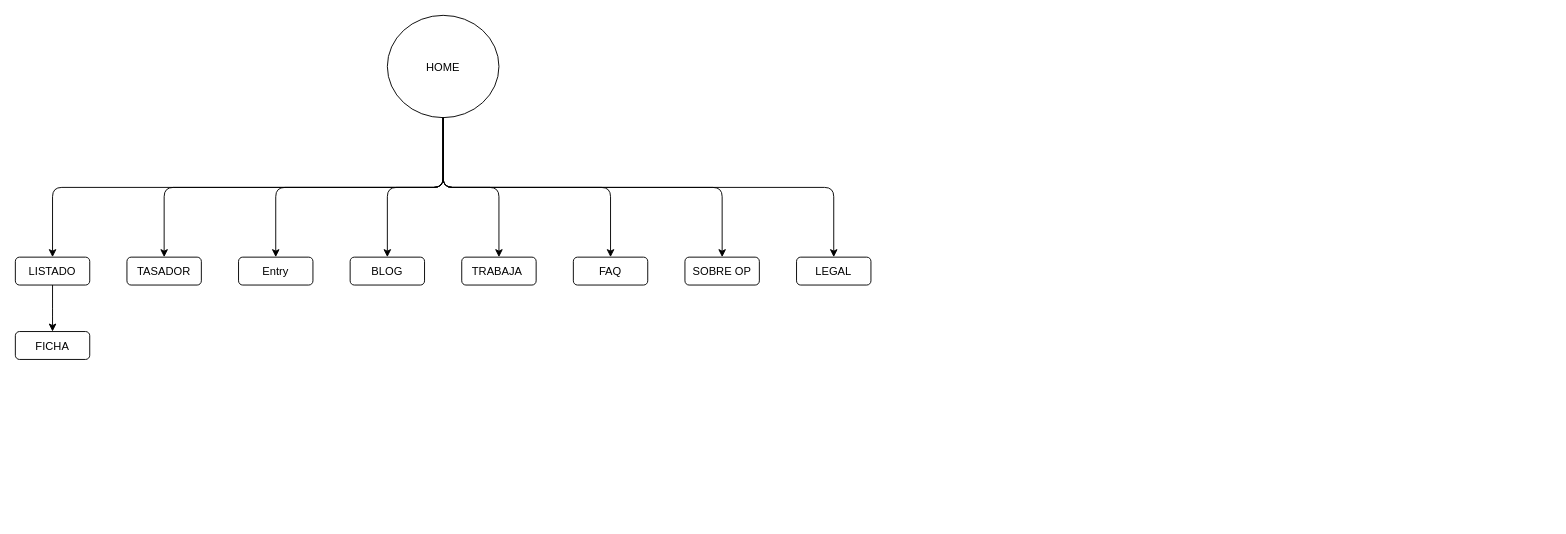
Above: page "Esquema simple" (1 of 2) of portfolio/AW_OcasionPlus.drawio in enriquesaez/homepage (draw.io), before the change. Source tidied: cells renumbered, new cells numbered last; positions are measured from the earlier drawing's top-left corner, leaving out a move shared by most shapes. Both pictures are drawn from the tidied source at 93%, with x=0, y=0 at pixel (15, 15).
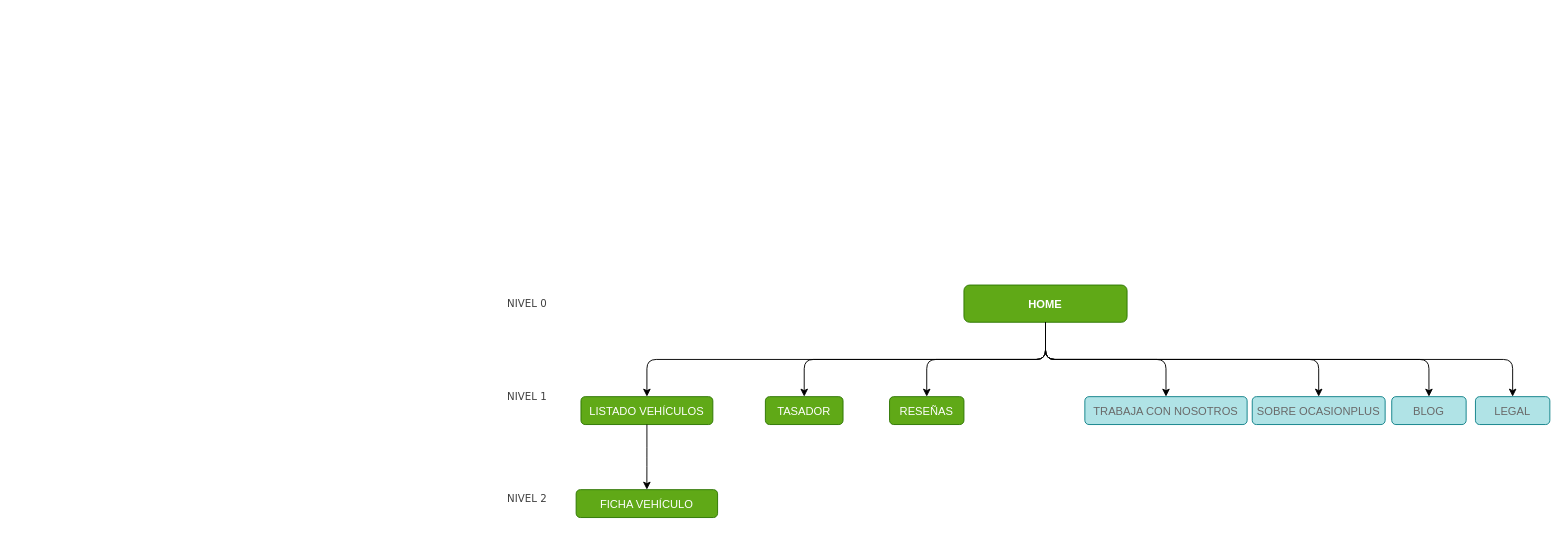
After the change.

The edit, as a diff of the source:
```diff
@@
-    <mxCell id="2" value="HOME" style="ellipse;" parent="1" vertex="1">
-      <mxGeometry x="400" width="120" height="110" as="geometry" />
+    <mxCell id="2" value="HOME" style="rounded=1;fillColor=#60a917;fontColor=#ffffff;strokeColor=#2D7600;fontStyle=1;" parent="1" vertex="1">
+      <mxGeometry x="1020" y="290" width="175.4" height="40" as="geometry" />
     </mxCell>
-    <mxCell id="3" value="LISTADO" style="rounded=1;" parent="1" vertex="1">
-      <mxGeometry y="260" width="80" height="30" as="geometry" />
-    </mxCell>
-    <mxCell id="4" style="edgeStyle=elbowEdgeStyle;elbow=vertical;" parent="1" edge="1" source="2" target="3">
-      <mxGeometry relative="1" as="geometry" />
-    </mxCell>
-    <mxCell id="5" value="FICHA" style="rounded=1;" parent="1" vertex="1">
-      <mxGeometry y="340" width="80" height="30" as="geometry" />
-    </mxCell>
-    <mxCell id="6" style="edgeStyle=elbowEdgeStyle;elbow=vertical;" parent="1" edge="1" source="3" target="5">
-      <mxGeometry relative="1" as="geometry" />
-    </mxCell>
+    <mxCell id="21" value="LISTADO VEHÍCULOS" style="rounded=1;fillColor=#60a917;strokeColor=#2D7600;fontColor=#ffffff;" parent="1" vertex="1">
+      <mxGeometry x="608.2" y="410" width="141.8" height="30" as="geometry" />
+    </mxCell>
+    <mxCell id="22" style="edgeStyle=elbowEdgeStyle;elbow=vertical;" parent="1" edge="1" source="2" target="21">
+      <mxGeometry relative="1" as="geometry" />
+    </mxCell>
+    <mxCell id="23" value="FICHA VEHÍCULO" style="rounded=1;fillColor=#60a917;strokeColor=#2D7600;fontColor=#ffffff;" parent="1" vertex="1">
+      <mxGeometry x="603" y="510" width="152.1" height="30" as="geometry" />
+    </mxCell>
+    <mxCell id="24" style="edgeStyle=elbowEdgeStyle;elbow=vertical;" parent="1" edge="1" source="21" target="23">
+      <mxGeometry relative="1" as="geometry" />
+    </mxCell>
-    <mxCell id="7" value="TASADOR" style="rounded=1;" parent="1" vertex="1">
-      <mxGeometry x="120" y="260" width="80" height="30" as="geometry" />
+    <mxCell id="7" value="TASADOR" style="rounded=1;fillColor=#60a917;strokeColor=#2D7600;fontColor=#ffffff;" parent="1" vertex="1">
+      <mxGeometry x="806.5" y="410" width="83.5" height="30" as="geometry" />
     </mxCell>
@@
-    <mxCell id="9" value="Entry" style="rounded=1;" parent="1" vertex="1">
-      <mxGeometry x="240" y="260" width="80" height="30" as="geometry" />
-    </mxCell>
-    <mxCell id="10" style="edgeStyle=elbowEdgeStyle;elbow=vertical;" parent="1" edge="1" source="2" target="9">
-      <mxGeometry relative="1" as="geometry" />
-    </mxCell>
+    <mxCell id="25" value="RESEÑAS" style="rounded=1;fillColor=#60a917;fontColor=#ffffff;strokeColor=#2D7600;" parent="1" vertex="1">
+      <mxGeometry x="940" y="410" width="80" height="30" as="geometry" />
+    </mxCell>
+    <mxCell id="26" style="edgeStyle=elbowEdgeStyle;elbow=vertical;" parent="1" edge="1" source="2" target="25">
+      <mxGeometry relative="1" as="geometry" />
+    </mxCell>
+    <mxCell id="27" value="TRABAJA CON NOSOTROS" style="rounded=1;fillColor=#b0e3e6;strokeColor=#0e8088;fontColor=#696969;" parent="1" vertex="1">
+      <mxGeometry x="1150" y="410" width="174.5" height="30" as="geometry" />
+    </mxCell>
+    <mxCell id="28" style="edgeStyle=elbowEdgeStyle;elbow=vertical;" parent="1" edge="1" source="2" target="27">
+      <mxGeometry relative="1" as="geometry" />
+    </mxCell>
+    <mxCell id="29" value="SOBRE OCASIONPLUS" style="rounded=1;fillColor=#b0e3e6;strokeColor=#0e8088;fontColor=#696969;" parent="1" vertex="1">
+      <mxGeometry x="1330" y="410" width="142.9" height="30" as="geometry" />
+    </mxCell>
+    <mxCell id="30" style="edgeStyle=elbowEdgeStyle;elbow=vertical;" parent="1" edge="1" source="2" target="29">
+      <mxGeometry relative="1" as="geometry" />
+    </mxCell>
-    <mxCell id="11" value="BLOG" style="rounded=1;" parent="1" vertex="1">
-      <mxGeometry x="360" y="260" width="80" height="30" as="geometry" />
+    <mxCell id="11" value="BLOG" style="rounded=1;fillColor=#b0e3e6;strokeColor=#0e8088;fontColor=#696969;" parent="1" vertex="1">
+      <mxGeometry x="1480" y="410" width="80" height="30" as="geometry" />
     </mxCell>
@@
-    <mxCell id="13" value="TRABAJA " style="rounded=1;" parent="1" vertex="1">
-      <mxGeometry x="480" y="260" width="80" height="30" as="geometry" />
-    </mxCell>
-    <mxCell id="14" style="edgeStyle=elbowEdgeStyle;elbow=vertical;" parent="1" edge="1" source="2" target="13">
-      <mxGeometry relative="1" as="geometry" />
-    </mxCell>
-    <mxCell id="15" value="FAQ" style="rounded=1;" parent="1" vertex="1">
-      <mxGeometry x="600" y="260" width="80" height="30" as="geometry" />
-    </mxCell>
-    <mxCell id="16" style="edgeStyle=elbowEdgeStyle;elbow=vertical;" parent="1" edge="1" source="2" target="15">
-      <mxGeometry relative="1" as="geometry" />
-    </mxCell>
-    <mxCell id="17" value="SOBRE OP" style="rounded=1;" parent="1" vertex="1">
-      <mxGeometry x="720" y="260" width="80" height="30" as="geometry" />
-    </mxCell>
-    <mxCell id="18" style="edgeStyle=elbowEdgeStyle;elbow=vertical;" parent="1" edge="1" source="2" target="17">
-      <mxGeometry relative="1" as="geometry" />
-    </mxCell>
-    <mxCell id="19" value="LEGAL" style="rounded=1;" parent="1" vertex="1">
-      <mxGeometry x="840" y="260" width="80" height="30" as="geometry" />
+    <mxCell id="19" value="LEGAL" style="rounded=1;fillColor=#b0e3e6;strokeColor=#0e8088;fontColor=#696969;" parent="1" vertex="1">
+      <mxGeometry x="1570" y="410" width="80" height="30" as="geometry" />
     </mxCell>
@@
+    <mxCell id="31" value="&lt;font color=&quot;#404040&quot;&gt;NIVEL 0&lt;/font&gt;" style="text;html=1;align=center;verticalAlign=middle;fillColor=none;strokeColor=none;rounded=0;shadow=0;fontFamily=Verdana;fontSize=11;fontColor=#696969;" parent="1" vertex="1">
+      <mxGeometry x="520" y="300" width="60" height="20" as="geometry" />
+    </mxCell>
+    <mxCell id="32" value="&lt;font color=&quot;#404040&quot;&gt;NIVEL 1&lt;/font&gt;" style="text;html=1;align=center;verticalAlign=middle;fillColor=none;strokeColor=none;rounded=0;shadow=0;fontFamily=Verdana;fontSize=11;fontColor=#696969;" parent="1" vertex="1">
+      <mxGeometry x="520" y="400" width="60" height="20" as="geometry" />
+    </mxCell>
+    <mxCell id="33" value="&lt;font color=&quot;#404040&quot;&gt;NIVEL 2&lt;/font&gt;" style="text;html=1;align=center;verticalAlign=middle;fillColor=none;strokeColor=none;rounded=0;shadow=0;fontFamily=Verdana;fontSize=11;fontColor=#696969;" parent="1" vertex="1">
+      <mxGeometry x="520" y="510" width="60" height="20" as="geometry" />
+    </mxCell>
```
